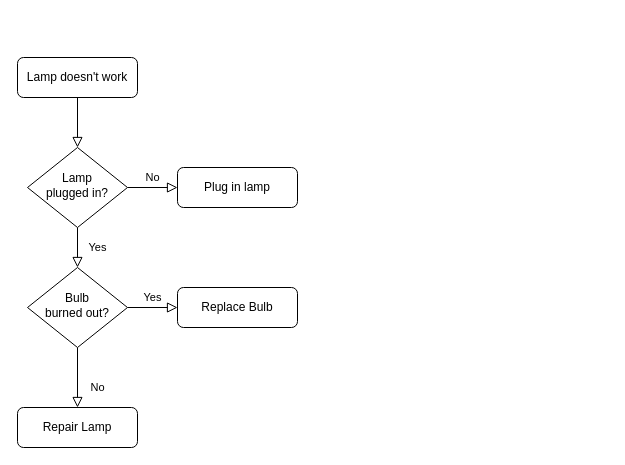
Before: 未命名绘图.drawio in BlackiePiggy/iodraw-files, a draw.io diagram. Source tidied: cells renumbered, new cells numbered last; positions are measured from the earlier drawing's top-left corner, leaving out a move shared by most shapes. Both pictures are drawn from the tidied source at 100%, with x=0, y=0 at pixel (17, 57).
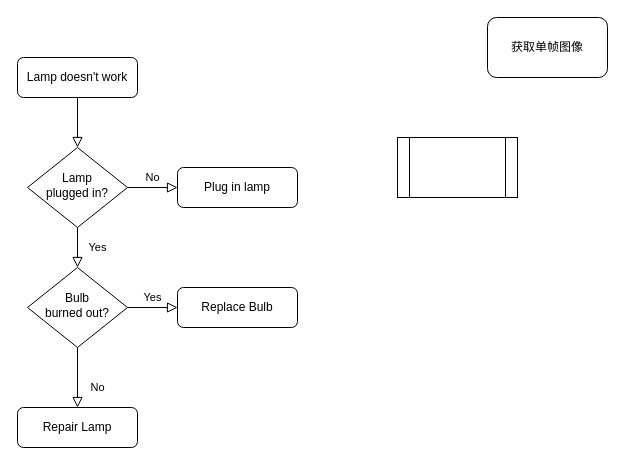
Above is the later version.

Change to the diagram source:
```diff
@@
 <mxGraphModel>
   <root>
     <mxCell id="0" />
     <mxCell id="1" parent="0" />
     <mxCell id="2" style="rounded=0;html=1;jettySize=auto;fontSize=11;endArrow=block;endFill=0;endSize=8;strokeWidth=1;shadow=0;labelBackgroundColor=none;edgeStyle=orthogonalEdgeStyle;" parent="1" edge="1" source="3" target="6">
       <mxGeometry relative="1" as="geometry" />
     </mxCell>
     <mxCell id="3" value="Lamp doesn't work" style="rounded=1;whiteSpace=wrap;html=1;fontSize=12;glass=0;strokeWidth=1;shadow=0;" parent="1" vertex="1">
       <mxGeometry width="120" height="40" as="geometry" />
     </mxCell>
     <mxCell id="4" value="Yes" style="rounded=0;html=1;jettySize=auto;fontSize=11;endArrow=block;endFill=0;endSize=8;strokeWidth=1;shadow=0;labelBackgroundColor=none;edgeStyle=orthogonalEdgeStyle;" parent="1" edge="1" source="6" target="10">
       <mxGeometry y="20" relative="1" as="geometry" />
     </mxCell>
     <mxCell id="5" value="No" style="edgeStyle=orthogonalEdgeStyle;rounded=0;html=1;jettySize=auto;fontSize=11;endArrow=block;endFill=0;endSize=8;strokeWidth=1;shadow=0;labelBackgroundColor=none;" parent="1" edge="1" source="6" target="7">
       <mxGeometry y="10" relative="1" as="geometry" />
     </mxCell>
     <mxCell id="6" value="Lamp&lt;br&gt;plugged in?" style="rhombus;whiteSpace=wrap;html=1;shadow=0;fontFamily=Helvetica;fontSize=12;align=center;strokeWidth=1;spacing=6;spacingTop=-4;" parent="1" vertex="1">
       <mxGeometry x="10" y="90" width="100" height="80" as="geometry" />
     </mxCell>
     <mxCell id="7" value="Plug in lamp" style="rounded=1;whiteSpace=wrap;html=1;fontSize=12;glass=0;strokeWidth=1;shadow=0;" parent="1" vertex="1">
       <mxGeometry x="160" y="110" width="120" height="40" as="geometry" />
     </mxCell>
     <mxCell id="8" value="No" style="rounded=0;html=1;jettySize=auto;fontSize=11;endArrow=block;endFill=0;endSize=8;strokeWidth=1;shadow=0;labelBackgroundColor=none;edgeStyle=orthogonalEdgeStyle;" parent="1" edge="1" source="10" target="11">
       <mxGeometry x="0.33" y="20" relative="1" as="geometry" />
     </mxCell>
     <mxCell id="9" value="Yes" style="edgeStyle=orthogonalEdgeStyle;rounded=0;html=1;jettySize=auto;fontSize=11;endArrow=block;endFill=0;endSize=8;strokeWidth=1;shadow=0;labelBackgroundColor=none;" parent="1" edge="1" source="10" target="12">
       <mxGeometry y="10" relative="1" as="geometry" />
     </mxCell>
     <mxCell id="10" value="Bulb&lt;br&gt;burned out?" style="rhombus;whiteSpace=wrap;html=1;shadow=0;fontFamily=Helvetica;fontSize=12;align=center;strokeWidth=1;spacing=6;spacingTop=-4;" parent="1" vertex="1">
       <mxGeometry x="10" y="210" width="100" height="80" as="geometry" />
     </mxCell>
     <mxCell id="11" value="Repair Lamp" style="rounded=1;whiteSpace=wrap;html=1;fontSize=12;glass=0;strokeWidth=1;shadow=0;" parent="1" vertex="1">
       <mxGeometry y="350" width="120" height="40" as="geometry" />
     </mxCell>
     <mxCell id="12" value="Replace Bulb" style="rounded=1;whiteSpace=wrap;html=1;fontSize=12;glass=0;strokeWidth=1;shadow=0;" parent="1" vertex="1">
       <mxGeometry x="160" y="230" width="120" height="40" as="geometry" />
     </mxCell>
+    <mxCell id="13" value="获取单帧图像" style="rounded=1;whiteSpace=wrap;html=1;" parent="1" vertex="1">
+      <mxGeometry x="470" y="-40" width="120" height="60" as="geometry" />
+    </mxCell>
+    <mxCell id="14" style="shape=process;whiteSpace=wrap;html=1;backgroundOutline=1;" parent="1" vertex="1">
+      <mxGeometry x="380" y="80" width="120" height="60" as="geometry" />
+    </mxCell>
   </root>
 </mxGraphModel>
```
